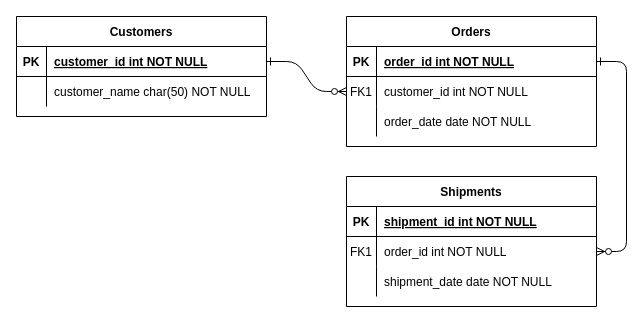
Above: Untitled Diagram.drawio in wzeeshan/wzeeshan (draw.io), before the change. Source tidied: cells renumbered, new cells numbered last; positions are measured from the earlier drawing's top-left corner, leaving out a move shared by most shapes. Both pictures are drawn from the tidied source at 100%, with x=0, y=0 at pixel (16, 16).
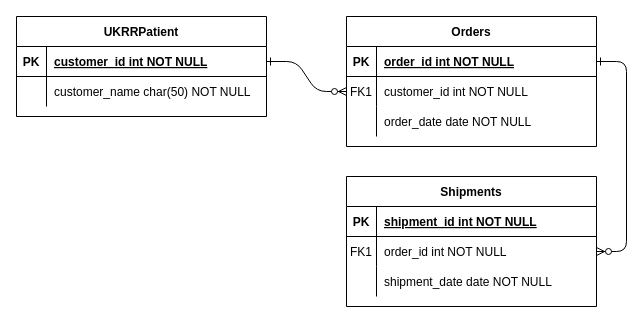
The same diagram, later.

What changed in the source:
```diff
@@
-    <mxCell id="24" value="Customers" style="shape=table;startSize=30;childLayout=tableLayout;rowLines=0;fontStyle=1;align=center;" parent="1" vertex="1">
+    <mxCell id="24" value="UKRRPatient" style="shape=table;startSize=30;childLayout=tableLayout;rowLines=0;fontStyle=1;align=center;" parent="1" vertex="1">
       <mxGeometry width="250" height="100" as="geometry" />
     </mxCell>
```
